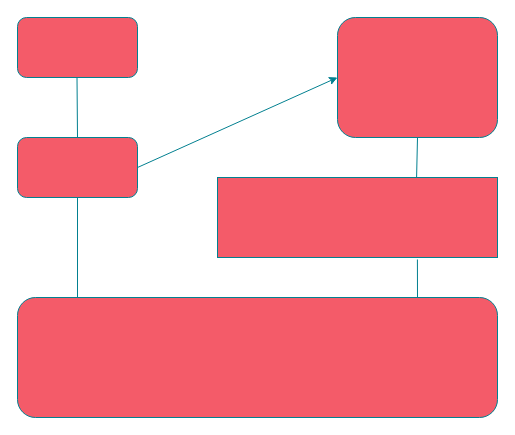
Above: PUZZ.drawio in Yongibaoi/100-gdb-tips (draw.io), before the change. Source tidied: cells renumbered, new cells numbered last; positions are measured from the earlier drawing's top-left corner, leaving out a move shared by most shapes. Both pictures are drawn from the tidied source at 100%, with x=0, y=0 at pixel (17, 17).
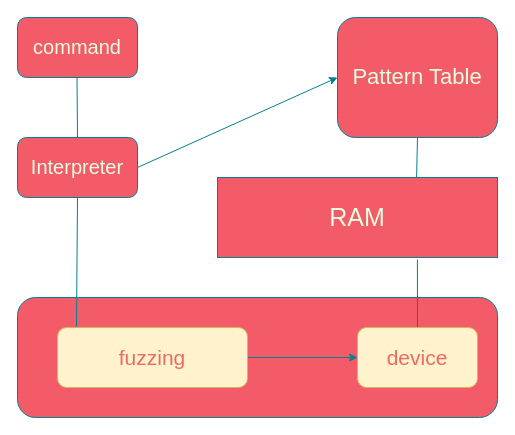
After the change.

Diff of the diagram source:
```diff
@@
 <mxGraphModel>
   <root>
     <mxCell id="0" />
     <mxCell id="1" parent="0" />
     <mxCell id="2" style="rounded=1;whiteSpace=wrap;html=1;labelBackgroundColor=none;fillColor=#F45B69;strokeColor=#028090;fontColor=#E4FDE1;" parent="1" vertex="1">
       <mxGeometry y="280" width="480" height="120" as="geometry" />
     </mxCell>
-    <mxCell id="3" style="rounded=1;whiteSpace=wrap;html=1;strokeColor=#028090;fontColor=#E4FDE1;fillColor=#F45B69;" parent="1" vertex="1">
+    <mxCell id="3" value="&lt;font style=&quot;font-size: 22px;&quot;&gt;Pattern Table&lt;br&gt;&lt;/font&gt;" style="rounded=1;whiteSpace=wrap;html=1;strokeColor=#028090;fontColor=#E4FDE1;fillColor=#F45B69;" parent="1" vertex="1">
       <mxGeometry x="320" width="160" height="120" as="geometry" />
     </mxCell>
-    <mxCell id="4" style="rounded=0;whiteSpace=wrap;html=1;strokeColor=#028090;fontColor=#E4FDE1;fillColor=#F45B69;" parent="1" vertex="1">
+    <mxCell id="4" value="&lt;font style=&quot;font-size: 13px;&quot;&gt;&lt;font style=&quot;font-size: 14px;&quot;&gt;&lt;font style=&quot;font-size: 15px;&quot;&gt;&lt;font style=&quot;font-size: 16px;&quot;&gt;&lt;font style=&quot;font-size: 17px;&quot;&gt;&lt;font style=&quot;font-size: 18px;&quot;&gt;&lt;font style=&quot;font-size: 19px;&quot;&gt;&lt;font style=&quot;font-size: 20px;&quot;&gt;&lt;font style=&quot;font-size: 21px;&quot;&gt;&lt;font style=&quot;font-size: 22px;&quot;&gt;&lt;font style=&quot;font-size: 23px;&quot;&gt;&lt;font style=&quot;font-size: 24px;&quot;&gt;&lt;font style=&quot;font-size: 25px;&quot;&gt;RAM&lt;/font&gt;&lt;/font&gt;&lt;/font&gt;&lt;/font&gt;&lt;/font&gt;&lt;/font&gt;&lt;/font&gt;&lt;/font&gt;&lt;/font&gt;&lt;/font&gt;&lt;/font&gt;&lt;/font&gt;&lt;/font&gt;" style="rounded=0;whiteSpace=wrap;html=1;strokeColor=#028090;fontColor=#E4FDE1;fillColor=#F45B69;" parent="1" vertex="1">
       <mxGeometry x="200" y="160" width="280" height="80" as="geometry" />
     </mxCell>
-    <mxCell id="5" style="rounded=1;whiteSpace=wrap;html=1;strokeColor=#028090;fontColor=#E4FDE1;fillColor=#F45B69;" parent="1" vertex="1">
+    <mxCell id="5" value="&lt;font style=&quot;font-size: 13px;&quot;&gt;&lt;font style=&quot;font-size: 14px;&quot;&gt;&lt;font style=&quot;font-size: 15px;&quot;&gt;&lt;font style=&quot;font-size: 16px;&quot;&gt;&lt;font style=&quot;font-size: 17px;&quot;&gt;&lt;font style=&quot;font-size: 18px;&quot;&gt;&lt;font style=&quot;font-size: 19px;&quot;&gt;&lt;font style=&quot;font-size: 20px;&quot;&gt;Interpreter&lt;/font&gt;&lt;/font&gt;&lt;/font&gt;&lt;/font&gt;&lt;/font&gt;&lt;/font&gt;&lt;/font&gt;&lt;/font&gt;" style="rounded=1;whiteSpace=wrap;html=1;strokeColor=#028090;fontColor=#E4FDE1;fillColor=#F45B69;" parent="1" vertex="1">
       <mxGeometry y="120" width="120" height="60" as="geometry" />
     </mxCell>
-    <mxCell id="6" style="rounded=1;whiteSpace=wrap;html=1;strokeColor=#028090;fontColor=#E4FDE1;fillColor=#F45B69;" parent="1" vertex="1">
+    <mxCell id="6" value="&lt;font style=&quot;font-size: 13px;&quot;&gt;&lt;font style=&quot;font-size: 14px;&quot;&gt;&lt;font style=&quot;font-size: 15px;&quot;&gt;&lt;font style=&quot;font-size: 16px;&quot;&gt;&lt;font style=&quot;font-size: 17px;&quot;&gt;&lt;font style=&quot;font-size: 18px;&quot;&gt;&lt;font style=&quot;font-size: 19px;&quot;&gt;&lt;font style=&quot;font-size: 20px;&quot;&gt;command&lt;/font&gt;&lt;/font&gt;&lt;/font&gt;&lt;/font&gt;&lt;/font&gt;&lt;/font&gt;&lt;/font&gt;&lt;/font&gt;" style="rounded=1;whiteSpace=wrap;html=1;strokeColor=#028090;fontColor=#E4FDE1;fillColor=#F45B69;" parent="1" vertex="1">
       <mxGeometry width="120" height="60" as="geometry" />
     </mxCell>
-    <mxCell id="7" style="endArrow=none;html=1;rounded=0;strokeColor=#028090;fontColor=#E4FDE1;fillColor=#F45B69;entryX=0.5;entryY=1;entryDx=0;entryDy=0;" parent="1" edge="1" target="5">
-      <mxGeometry relative="1" as="geometry">
-        <mxPoint x="60" y="280" as="sourcePoint" />
-      </mxGeometry>
+    <mxCell id="7" style="endArrow=none;html=1;rounded=0;strokeColor=#028090;fontColor=#E4FDE1;fillColor=#F45B69;entryX=0.5;entryY=1;entryDx=0;entryDy=0;exitX=0.1;exitY=-0.017;exitDx=0;exitDy=0;exitPerimeter=0;" parent="1" edge="1" source="13" target="5">
+      <mxGeometry relative="1" as="geometry" />
     </mxCell>
     <mxCell id="8" style="endArrow=none;html=1;rounded=0;strokeColor=#028090;fontColor=#E4FDE1;fillColor=#F45B69;entryX=0.5;entryY=1;entryDx=0;entryDy=0;exitX=0.5;exitY=0;exitDx=0;exitDy=0;" parent="1" edge="1" source="5">
       <mxGeometry relative="1" as="geometry">
         <mxPoint x="59.5" y="60" as="targetPoint" />
       </mxGeometry>
     </mxCell>
     <mxCell id="9" style="endArrow=classic;html=1;rounded=0;strokeColor=#028090;fontColor=#E4FDE1;fillColor=#F45B69;exitX=1;exitY=0.5;exitDx=0;exitDy=0;entryX=0;entryY=0.5;entryDx=0;entryDy=0;" parent="1" edge="1" source="5" target="3">
       <mxGeometry relative="1" as="geometry" />
     </mxCell>
     <mxCell id="10" style="endArrow=none;html=1;rounded=0;strokeColor=#028090;fontColor=#E4FDE1;fillColor=#F45B69;entryX=0.5;entryY=1;entryDx=0;entryDy=0;exitX=0.711;exitY=0;exitDx=0;exitDy=0;exitPerimeter=0;" parent="1" edge="1" source="4" target="3">
       <mxGeometry relative="1" as="geometry" />
     </mxCell>
-    <mxCell id="11" style="endArrow=none;html=1;rounded=0;strokeColor=#028090;fontColor=#E4FDE1;fillColor=#F45B69;entryX=0.714;entryY=1.025;entryDx=0;entryDy=0;entryPerimeter=0;" parent="1" edge="1" target="4">
-      <mxGeometry relative="1" as="geometry">
-        <mxPoint x="400" y="280" as="sourcePoint" />
-      </mxGeometry>
+    <mxCell id="11" style="endArrow=none;html=1;rounded=0;strokeColor=#028090;fontColor=#E4FDE1;fillColor=#F45B69;entryX=0.714;entryY=1.025;entryDx=0;entryDy=0;entryPerimeter=0;exitX=0.5;exitY=0;exitDx=0;exitDy=0;" parent="1" edge="1" source="14" target="4">
+      <mxGeometry relative="1" as="geometry" />
     </mxCell>
+    <mxCell id="12" style="edgeStyle=orthogonalEdgeStyle;rounded=0;jettySize=auto;html=1;strokeColor=#028090;fontColor=#E4FDE1;fillColor=#F45B69;" parent="1" edge="1" source="13" target="14">
+      <mxGeometry relative="1" as="geometry" />
+    </mxCell>
+    <mxCell id="13" value="&lt;font style=&quot;font-size: 21px;&quot; color=&quot;#EA6B66&quot;&gt;fuzzing&lt;br&gt;&lt;/font&gt;" style="rounded=1;whiteSpace=wrap;html=1;strokeColor=#d6b656;fillColor=#fff2cc;" parent="1" vertex="1">
+      <mxGeometry x="40" y="310" width="190" height="60" as="geometry" />
+    </mxCell>
+    <mxCell id="14" value="&lt;font style=&quot;font-size: 21px;&quot; color=&quot;#EA6B66&quot;&gt;device&lt;br&gt;&lt;/font&gt;" style="rounded=1;whiteSpace=wrap;html=1;strokeColor=#d6b656;fillColor=#fff2cc;" parent="1" vertex="1">
+      <mxGeometry x="340" y="310" width="120" height="60" as="geometry" />
+    </mxCell>
   </root>
 </mxGraphModel>
```
